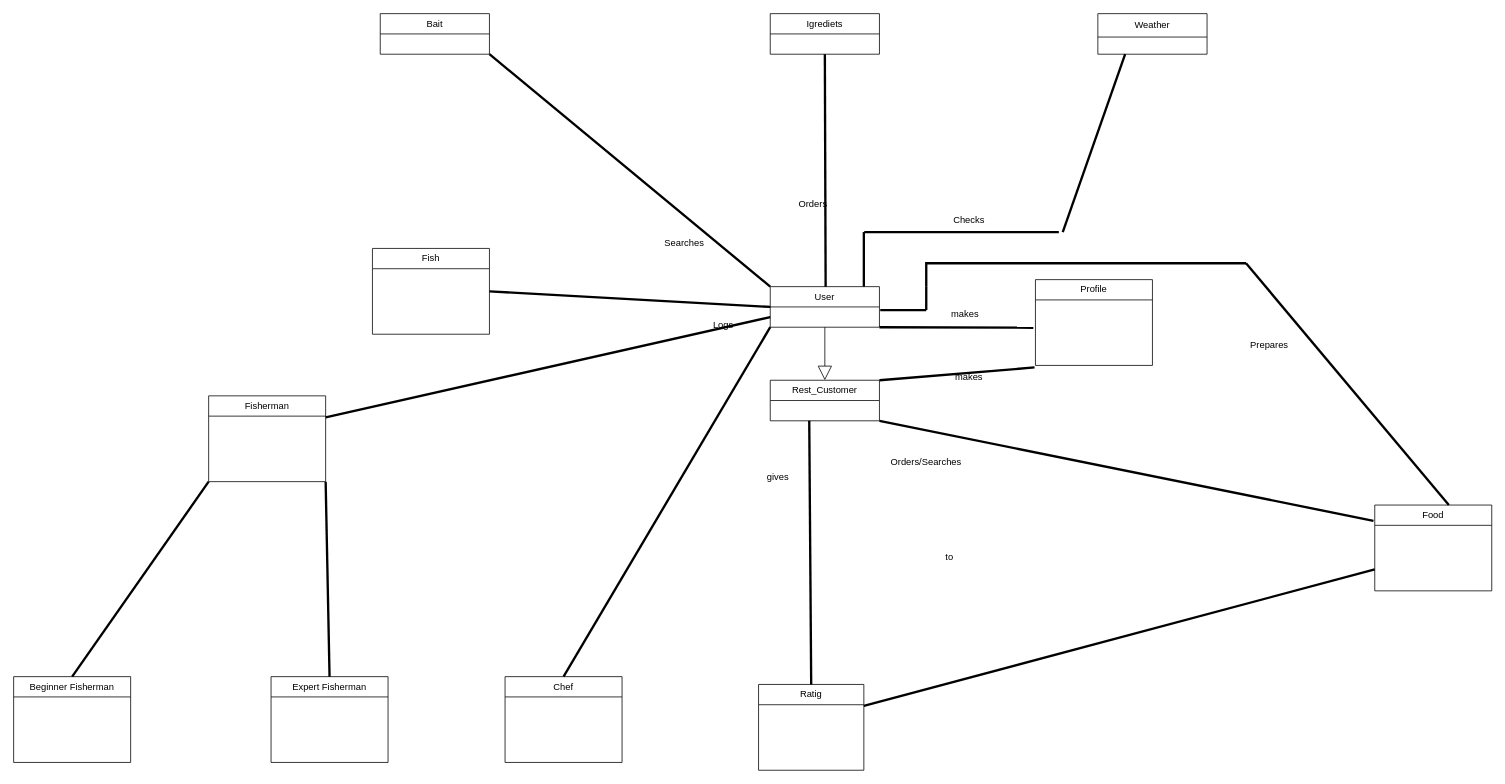
TMCEID/SoftEngFishApp keeps this draw.io diagram as domain model - kostas.drawio. Above is the earlier version. Source tidied: cells renumbered, new cells numbered last; positions are measured from the earlier drawing's top-left corner, leaving out a move shared by most shapes. Both pictures are drawn from the tidied source at 78%, with x=0, y=0 at pixel (13, 13).
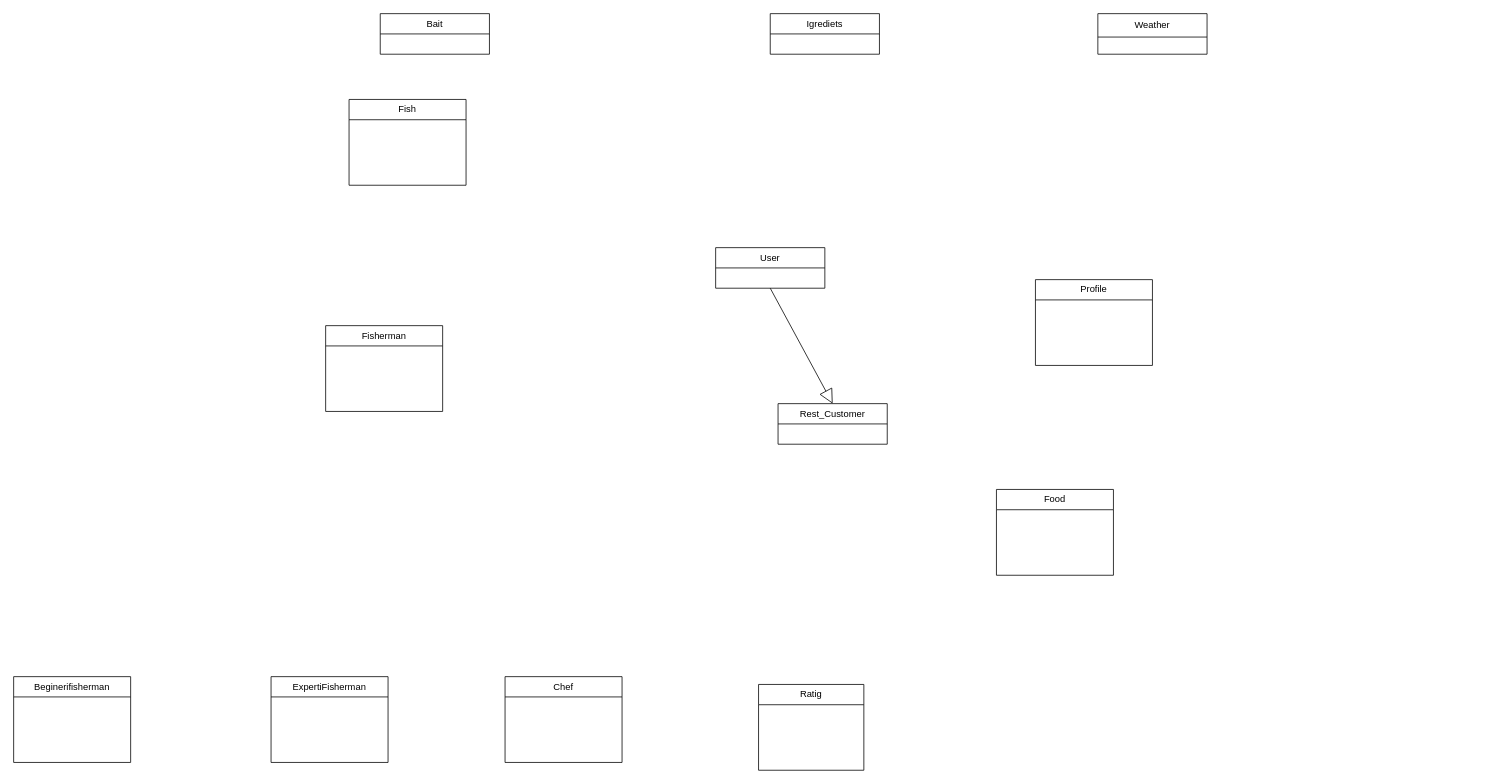
The same page after the edit.

Unchanged cells that the change refers to:
```xml
<mxCell id="19" value="Bait" style="swimlane;fontStyle=0;horizontal=1;startSize=26;fillColor=none;whiteSpace=wrap;html=1;" parent="1" vertex="1">
  <mxGeometry x="470" width="140" height="52" as="geometry" />
</mxCell>
<mxCell id="24" value="Igrediets" style="swimlane;fontStyle=0;horizontal=1;startSize=26;fillColor=none;whiteSpace=wrap;html=1;" parent="1" vertex="1">
  <mxGeometry x="970" width="140" height="52" as="geometry" />
</mxCell>
<mxCell id="47" value="Weather" style="swimlane;fontStyle=0;horizontal=1;startSize=30;fillColor=none;whiteSpace=wrap;html=1;" parent="1" vertex="1">
  <mxGeometry x="1390" width="140" height="52" as="geometry" />
</mxCell>
<mxCell id="53" value="Ratig" style="swimlane;fontStyle=0;horizontal=1;startSize=26;fillColor=none;whiteSpace=wrap;html=1;" parent="1" vertex="1">
  <mxGeometry x="955" y="860" width="135" height="110" as="geometry" />
</mxCell>
<mxCell id="58" value="Chef" style="swimlane;fontStyle=0;horizontal=1;startSize=26;fillColor=none;whiteSpace=wrap;html=1;" parent="1" vertex="1">
  <mxGeometry x="630" y="850" width="150" height="110" as="geometry" />
</mxCell>
```

Diff of the diagram source:
```diff
@@
     <mxCell id="2" value="User" style="swimlane;fontStyle=0;horizontal=1;startSize=26;fillColor=none;whiteSpace=wrap;html=1;" parent="1" vertex="1">
-      <mxGeometry x="970" y="350" width="140" height="52" as="geometry" />
+      <mxGeometry x="900" y="300" width="140" height="52" as="geometry" />
     </mxCell>
@@
-    <mxCell id="4" style="endArrow=none;startArrow=none;endFill=0;startFill=0;endSize=8;html=1;verticalAlign=bottom;labelBackgroundColor=none;strokeWidth=3;rounded=0;entryX=-0.018;entryY=0.425;entryDx=0;entryDy=0;entryPerimeter=0;exitX=1;exitY=1;exitDx=0;exitDy=0;" parent="1" edge="1" source="2">
-      <mxGeometry relative="1" as="geometry">
-        <mxPoint x="1307.3" y="402.7" as="targetPoint" />
-      </mxGeometry>
-    </mxCell>
-    <mxCell id="5" style="text;html=1;align=center;verticalAlign=middle;whiteSpace=wrap;rounded=0;" parent="1" vertex="1">
-      <mxGeometry x="1270" y="370" width="40" height="20" as="geometry" />
-    </mxCell>
-    <mxCell id="6" style="text;html=1;align=center;verticalAlign=middle;whiteSpace=wrap;rounded=0;" parent="1" vertex="1">
-      <mxGeometry x="1090" y="402" width="40" height="20" as="geometry" />
-    </mxCell>
-    <mxCell id="7" value="makes" style="text;html=1;align=center;verticalAlign=middle;whiteSpace=wrap;rounded=0;" parent="1" vertex="1">
-      <mxGeometry x="1190" y="371" width="60" height="30" as="geometry" />
-    </mxCell>
     <mxCell id="8" value="Rest_Customer" style="swimlane;fontStyle=0;horizontal=1;startSize=26;fillColor=none;whiteSpace=wrap;html=1;" parent="1" vertex="1">
-      <mxGeometry x="970" y="470" width="140" height="52" as="geometry" />
+      <mxGeometry x="980" y="500" width="140" height="52" as="geometry" />
     </mxCell>
-    <mxCell id="9" style="endArrow=none;startArrow=none;endFill=0;startFill=0;endSize=8;html=1;verticalAlign=bottom;labelBackgroundColor=none;strokeWidth=3;rounded=0;entryX=-0.008;entryY=1.031;entryDx=0;entryDy=0;entryPerimeter=0;exitX=1;exitY=0;exitDx=0;exitDy=0;" parent="1" edge="1" source="8">
-      <mxGeometry relative="1" as="geometry">
-        <mxPoint x="1308.8" y="453.6" as="targetPoint" />
-      </mxGeometry>
-    </mxCell>
-    <mxCell id="10" value="makes" style="text;html=1;align=center;verticalAlign=middle;whiteSpace=wrap;rounded=0;" parent="1" vertex="1">
-      <mxGeometry x="1200" y="451" width="50" height="29" as="geometry" />
-    </mxCell>
-    <mxCell id="11" style="text;html=1;align=center;verticalAlign=middle;whiteSpace=wrap;rounded=0;" parent="1" vertex="1">
-      <mxGeometry x="1090" y="450" width="40" height="20" as="geometry" />
-    </mxCell>
-    <mxCell id="12" style="text;html=1;align=center;verticalAlign=middle;whiteSpace=wrap;rounded=0;" parent="1" vertex="1">
-      <mxGeometry x="1250" y="430" width="60" height="30" as="geometry" />
-    </mxCell>
-    <mxCell id="13" style="endArrow=none;startArrow=none;endFill=0;startFill=0;endSize=8;html=1;verticalAlign=bottom;labelBackgroundColor=none;strokeWidth=3;rounded=0;" parent="1" edge="1">
-      <mxGeometry relative="1" as="geometry">
-        <mxPoint x="1090" y="350" as="sourcePoint" />
-        <mxPoint x="1090" y="280" as="targetPoint" />
-      </mxGeometry>
-    </mxCell>
-    <mxCell id="14" style="endArrow=none;startArrow=none;endFill=0;startFill=0;endSize=8;html=1;verticalAlign=bottom;labelBackgroundColor=none;strokeWidth=3;rounded=0;entryX=0;entryY=0.5;entryDx=0;entryDy=0;exitX=1;exitY=0.5;exitDx=0;exitDy=0;" parent="1" edge="1" source="36" target="2">
-      <mxGeometry relative="1" as="geometry" />
-    </mxCell>
-    <mxCell id="15" value="Checks" style="text;html=1;align=center;verticalAlign=middle;whiteSpace=wrap;rounded=0;" parent="1" vertex="1">
-      <mxGeometry x="1195" y="250" width="60" height="30" as="geometry" />
-    </mxCell>
-    <mxCell id="16" value="Logs" style="text;html=1;align=center;verticalAlign=middle;whiteSpace=wrap;rounded=0;" parent="1" vertex="1">
-      <mxGeometry x="890" y="390" width="40" height="20" as="geometry" />
-    </mxCell>
-    <mxCell id="17" style="text;html=1;align=center;verticalAlign=middle;whiteSpace=wrap;rounded=0;" parent="1" vertex="1">
-      <mxGeometry x="920" y="350" width="60" height="30" as="geometry" />
-    </mxCell>
-    <mxCell id="18" style="text;html=1;align=center;verticalAlign=middle;whiteSpace=wrap;rounded=0;" parent="1" vertex="1">
-      <mxGeometry x="840" y="360" width="30" height="30" as="geometry" />
-    </mxCell>
@@
-    <mxCell id="20" style="endArrow=none;startArrow=none;endFill=0;startFill=0;endSize=8;html=1;verticalAlign=bottom;labelBackgroundColor=none;strokeWidth=3;rounded=0;entryX=1;entryY=1;entryDx=0;entryDy=0;exitX=0;exitY=0;exitDx=0;exitDy=0;" parent="1" edge="1" source="2" target="19">
-      <mxGeometry relative="1" as="geometry" />
-    </mxCell>
-    <mxCell id="21" style="text;html=1;align=center;verticalAlign=middle;whiteSpace=wrap;rounded=0;" parent="1" vertex="1">
-      <mxGeometry x="940" y="321" width="40" height="20" as="geometry" />
-    </mxCell>
-    <mxCell id="22" style="text;html=1;align=center;verticalAlign=middle;whiteSpace=wrap;rounded=0;" parent="1" vertex="1">
-      <mxGeometry x="790" y="220" width="40" height="10" as="geometry" />
-    </mxCell>
-    <mxCell id="23" value="Searches" style="text;html=1;align=center;verticalAlign=middle;whiteSpace=wrap;rounded=0;" parent="1" vertex="1">
-      <mxGeometry x="830" y="280" width="60" height="30" as="geometry" />
-    </mxCell>
@@
-    <mxCell id="25" style="endArrow=none;startArrow=none;endFill=0;startFill=0;endSize=8;html=1;verticalAlign=bottom;labelBackgroundColor=none;strokeWidth=3;rounded=0;entryX=-0.008;entryY=1.031;entryDx=0;entryDy=0;entryPerimeter=0;exitX=-0.011;exitY=0.184;exitDx=0;exitDy=0;exitPerimeter=0;" parent="1" edge="1" source="37">
-      <mxGeometry relative="1" as="geometry">
-        <mxPoint x="1110" y="522" as="targetPoint" />
-      </mxGeometry>
-    </mxCell>
-    <mxCell id="26" style="text;html=1;align=center;verticalAlign=middle;whiteSpace=wrap;rounded=0;" parent="1" vertex="1">
-      <mxGeometry x="1240" y="560" width="40" height="20" as="geometry" />
-    </mxCell>
-    <mxCell id="27" style="text;html=1;align=center;verticalAlign=middle;whiteSpace=wrap;rounded=0;" parent="1" vertex="1">
-      <mxGeometry x="1110" y="510" width="40" height="20" as="geometry" />
-    </mxCell>
-    <mxCell id="28" value="Orders/Searches" style="text;html=1;align=center;verticalAlign=middle;whiteSpace=wrap;rounded=0;" parent="1" vertex="1">
-      <mxGeometry x="1140" y="560" width="60" height="30" as="geometry" />
-    </mxCell>
-    <mxCell id="29" style="endArrow=none;startArrow=none;endFill=0;startFill=0;endSize=8;html=1;verticalAlign=bottom;labelBackgroundColor=none;strokeWidth=3;rounded=0;exitX=1;exitY=0.25;exitDx=0;exitDy=0;entryX=0;entryY=0.75;entryDx=0;entryDy=0;" parent="1" edge="1" source="53" target="37">
-      <mxGeometry relative="1" as="geometry" />
-    </mxCell>
-    <mxCell id="30" value="to" style="text;html=1;align=center;verticalAlign=middle;whiteSpace=wrap;rounded=0;" parent="1" vertex="1">
-      <mxGeometry x="1170" y="682" width="60" height="30" as="geometry" />
-    </mxCell>
-    <mxCell id="31" style="endArrow=none;startArrow=none;endFill=0;startFill=0;endSize=8;html=1;verticalAlign=bottom;labelBackgroundColor=none;strokeWidth=3;rounded=0;entryX=-0.008;entryY=1.031;entryDx=0;entryDy=0;entryPerimeter=0;exitX=0.5;exitY=0;exitDx=0;exitDy=0;" parent="1" edge="1" source="53">
-      <mxGeometry relative="1" as="geometry">
-        <mxPoint x="1020" y="522" as="targetPoint" />
-      </mxGeometry>
-    </mxCell>
-    <mxCell id="32" value="gives" style="text;html=1;align=center;verticalAlign=middle;whiteSpace=wrap;rounded=0;" parent="1" vertex="1">
-      <mxGeometry x="950" y="580" width="60" height="30" as="geometry" />
-    </mxCell>
-    <mxCell id="33" style="text;html=1;align=center;verticalAlign=middle;whiteSpace=wrap;rounded=0;" parent="1" vertex="1">
-      <mxGeometry x="980" y="522" width="40" height="20" as="geometry" />
-    </mxCell>
-    <mxCell id="34" style="text;html=1;align=center;verticalAlign=middle;whiteSpace=wrap;rounded=0;" parent="1" vertex="1">
-      <mxGeometry x="975" y="642" width="40" height="20" as="geometry" />
-    </mxCell>
-    <mxCell id="35" style="text;html=1;align=center;verticalAlign=middle;whiteSpace=wrap;rounded=0;" parent="1" vertex="1">
-      <mxGeometry x="1230" y="642" width="40" height="20" as="geometry" />
-    </mxCell>
     <mxCell id="36" value="Fish" style="swimlane;fontStyle=0;horizontal=1;startSize=26;fillColor=none;whiteSpace=wrap;html=1;" parent="1" vertex="1">
-      <mxGeometry x="460" y="301" width="150" height="110" as="geometry" />
+      <mxGeometry x="430" y="110" width="150" height="110" as="geometry" />
     </mxCell>
     <mxCell id="37" value="&lt;div&gt;Food&lt;/div&gt;" style="swimlane;fontStyle=0;horizontal=1;startSize=26;fillColor=none;whiteSpace=wrap;html=1;" parent="1" vertex="1">
-      <mxGeometry x="1745" y="630" width="150" height="110" as="geometry" />
+      <mxGeometry x="1260" y="610" width="150" height="110" as="geometry" />
     </mxCell>
-    <mxCell id="38" style="text;html=1;align=center;verticalAlign=middle;whiteSpace=wrap;rounded=0;" parent="1" vertex="1">
-      <mxGeometry x="1075" y="700" width="40" height="20" as="geometry" />
-    </mxCell>
-    <mxCell id="39" style="endArrow=none;startArrow=none;endFill=0;startFill=0;endSize=8;html=1;verticalAlign=bottom;labelBackgroundColor=none;strokeWidth=3;rounded=0;" parent="1" edge="1">
-      <mxGeometry relative="1" as="geometry">
-        <mxPoint x="1170" y="350" as="sourcePoint" />
-        <mxPoint x="1580" y="320" as="targetPoint" />
-        <Array as="points">
-          <mxPoint x="1170" y="320" />
-        </Array>
-      </mxGeometry>
-    </mxCell>
-    <mxCell id="40" style="endArrow=none;startArrow=none;endFill=0;startFill=0;endSize=8;html=1;verticalAlign=bottom;labelBackgroundColor=none;strokeWidth=3;rounded=0;" parent="1" edge="1">
-      <mxGeometry relative="1" as="geometry">
-        <mxPoint x="1840" y="630" as="sourcePoint" />
-        <mxPoint x="1580" y="320" as="targetPoint" />
-      </mxGeometry>
-    </mxCell>
-    <mxCell id="41" value="Prepares" style="text;html=1;align=center;verticalAlign=middle;whiteSpace=wrap;rounded=0;" parent="1" vertex="1">
-      <mxGeometry x="1580" y="410" width="60" height="30" as="geometry" />
-    </mxCell>
-    <mxCell id="42" style="text;html=1;align=center;verticalAlign=middle;whiteSpace=wrap;rounded=0;" parent="1" vertex="1">
-      <mxGeometry x="1190" y="301" width="40" height="20" as="geometry" />
-    </mxCell>
-    <mxCell id="43" value=" " style="text;html=1;align=center;verticalAlign=middle;whiteSpace=wrap;rounded=0;" parent="1" vertex="1">
-      <mxGeometry x="1370" y="560" width="40" height="20" as="geometry" />
-    </mxCell>
-    <mxCell id="44" style="endArrow=none;startArrow=none;endFill=0;startFill=0;endSize=8;html=1;verticalAlign=bottom;labelBackgroundColor=none;strokeWidth=3;rounded=0;entryX=0.5;entryY=1;entryDx=0;entryDy=0;" parent="1" edge="1" target="24">
-      <mxGeometry relative="1" as="geometry">
-        <mxPoint x="1041" y="350" as="sourcePoint" />
-      </mxGeometry>
-    </mxCell>
-    <mxCell id="45" style="text;html=1;align=center;verticalAlign=middle;whiteSpace=wrap;rounded=0;" parent="1" vertex="1">
-      <mxGeometry x="1030" y="321" width="40" height="20" as="geometry" />
-    </mxCell>
-    <mxCell id="46" style="text;html=1;align=center;verticalAlign=middle;whiteSpace=wrap;rounded=0;" parent="1" vertex="1">
-      <mxGeometry x="1030" y="172" width="60" height="30" as="geometry" />
-    </mxCell>
@@
-    <mxCell id="48" style="endArrow=none;startArrow=none;endFill=0;startFill=0;endSize=8;html=1;verticalAlign=bottom;labelBackgroundColor=none;strokeWidth=3;rounded=0;" parent="1" edge="1">
-      <mxGeometry relative="1" as="geometry">
-        <mxPoint x="1090.5" y="280" as="sourcePoint" />
-        <mxPoint x="1340" y="280" as="targetPoint" />
-      </mxGeometry>
-    </mxCell>
-    <mxCell id="49" style="endArrow=none;startArrow=none;endFill=0;startFill=0;endSize=8;html=1;verticalAlign=bottom;labelBackgroundColor=none;strokeWidth=3;rounded=0;" parent="1" edge="1">
-      <mxGeometry relative="1" as="geometry">
-        <mxPoint x="1111" y="380" as="sourcePoint" />
-        <mxPoint x="1170" y="380" as="targetPoint" />
-      </mxGeometry>
-    </mxCell>
-    <mxCell id="50" style="endArrow=none;startArrow=none;endFill=0;startFill=0;endSize=8;html=1;verticalAlign=bottom;labelBackgroundColor=none;strokeWidth=3;rounded=0;" parent="1" edge="1">
-      <mxGeometry relative="1" as="geometry">
-        <mxPoint x="1170" y="380" as="sourcePoint" />
-        <mxPoint x="1170" y="350" as="targetPoint" />
-      </mxGeometry>
-    </mxCell>
-    <mxCell id="51" style="endArrow=none;startArrow=none;endFill=0;startFill=0;endSize=8;html=1;verticalAlign=bottom;labelBackgroundColor=none;strokeWidth=3;rounded=0;entryX=0.25;entryY=1;entryDx=0;entryDy=0;" parent="1" edge="1" target="47">
-      <mxGeometry relative="1" as="geometry">
-        <mxPoint x="1345" y="280" as="sourcePoint" />
-      </mxGeometry>
-    </mxCell>
-    <mxCell id="52" value="Orders" style="text;html=1;align=center;verticalAlign=middle;whiteSpace=wrap;rounded=0;" parent="1" vertex="1">
-      <mxGeometry x="995" y="230" width="60" height="30" as="geometry" />
-    </mxCell>
@@
-    <mxCell id="54" style="text;html=1;align=center;verticalAlign=middle;whiteSpace=wrap;rounded=0;" parent="1" vertex="1">
-      <mxGeometry x="1090" y="321" width="40" height="20" as="geometry" />
-    </mxCell>
-    <mxCell id="55" style="text;html=1;align=center;verticalAlign=middle;whiteSpace=wrap;rounded=0;" parent="1" vertex="1">
-      <mxGeometry x="1350" y="177" width="40" height="20" as="geometry" />
-    </mxCell>
@@
     <mxCell id="57" value="Fisherman" style="swimlane;fontStyle=0;horizontal=1;startSize=26;fillColor=none;whiteSpace=wrap;html=1;" parent="1" vertex="1">
-      <mxGeometry x="250" y="490" width="150" height="110" as="geometry" />
+      <mxGeometry x="400" y="400" width="150" height="110" as="geometry" />
     </mxCell>
@@
-    <mxCell id="59" value="Beginner Fisherman" style="swimlane;fontStyle=0;horizontal=1;startSize=26;fillColor=none;whiteSpace=wrap;html=1;" parent="1" vertex="1">
+    <mxCell id="59" value="Beginerifisherman" style="swimlane;fontStyle=0;horizontal=1;startSize=26;fillColor=none;whiteSpace=wrap;html=1;" parent="1" vertex="1">
       <mxGeometry y="850" width="150" height="110" as="geometry" />
     </mxCell>
-    <mxCell id="60" style="endArrow=none;startArrow=none;endFill=0;startFill=0;endSize=8;html=1;verticalAlign=bottom;labelBackgroundColor=none;strokeWidth=3;rounded=0;entryX=0;entryY=0.75;entryDx=0;entryDy=0;exitX=1;exitY=0.25;exitDx=0;exitDy=0;" parent="1" edge="1" source="57" target="2">
-      <mxGeometry relative="1" as="geometry" />
-    </mxCell>
-    <mxCell id="61" style="endArrow=none;startArrow=none;endFill=0;startFill=0;endSize=8;html=1;verticalAlign=bottom;labelBackgroundColor=none;strokeWidth=3;rounded=0;entryX=0;entryY=1;entryDx=0;entryDy=0;exitX=0.5;exitY=0;exitDx=0;exitDy=0;" parent="1" edge="1" source="58" target="2">
-      <mxGeometry relative="1" as="geometry" />
-    </mxCell>
-    <mxCell id="62" style="endArrow=none;startArrow=none;endFill=0;startFill=0;endSize=8;html=1;verticalAlign=bottom;labelBackgroundColor=none;strokeWidth=3;rounded=0;entryX=0;entryY=1;entryDx=0;entryDy=0;exitX=0.5;exitY=0;exitDx=0;exitDy=0;" parent="1" edge="1" source="59" target="57">
-      <mxGeometry relative="1" as="geometry" />
-    </mxCell>
-    <mxCell id="63" value="Expert Fisherman" style="swimlane;fontStyle=0;horizontal=1;startSize=26;fillColor=none;whiteSpace=wrap;html=1;" parent="1" vertex="1">
+    <mxCell id="63" value="ExpertiFisherman" style="swimlane;fontStyle=0;horizontal=1;startSize=26;fillColor=none;whiteSpace=wrap;html=1;" parent="1" vertex="1">
       <mxGeometry x="330" y="850" width="150" height="110" as="geometry" />
     </mxCell>
-    <mxCell id="64" style="endArrow=none;startArrow=none;endFill=0;startFill=0;endSize=8;html=1;verticalAlign=bottom;labelBackgroundColor=none;strokeWidth=3;rounded=0;entryX=1;entryY=1;entryDx=0;entryDy=0;exitX=0.5;exitY=0;exitDx=0;exitDy=0;" parent="1" edge="1" source="63" target="57">
-      <mxGeometry relative="1" as="geometry" />
-    </mxCell>
```
